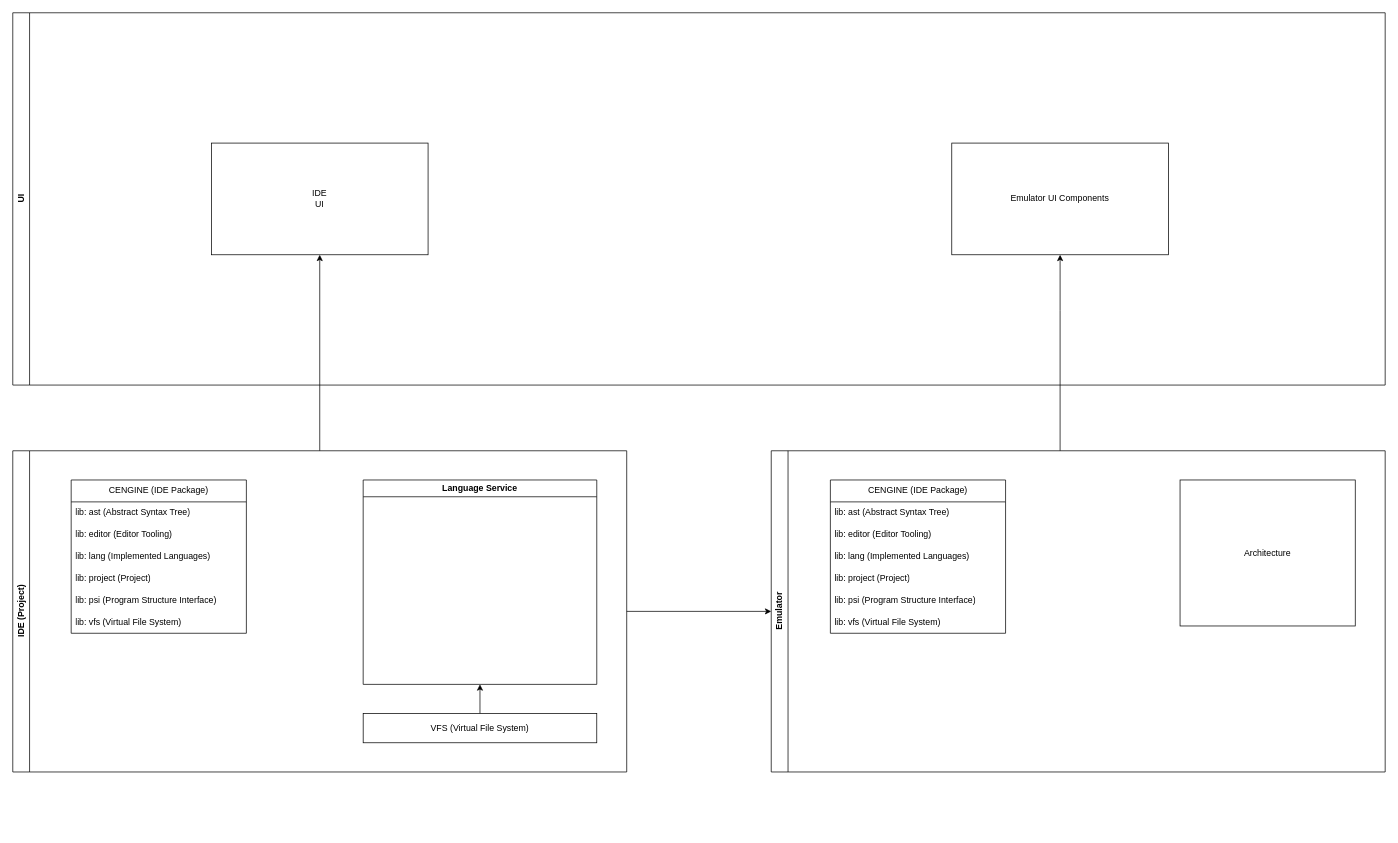
Earlier version of the draw.io diagram docs/system.drawio (consansri/ProSimWeb-Test). Source tidied: cells renumbered, new cells numbered last; positions are measured from the earlier drawing's top-left corner, leaving out a move shared by most shapes. Both pictures are drawn from the tidied source at 73%, with x=0, y=0 at pixel (12, 12).
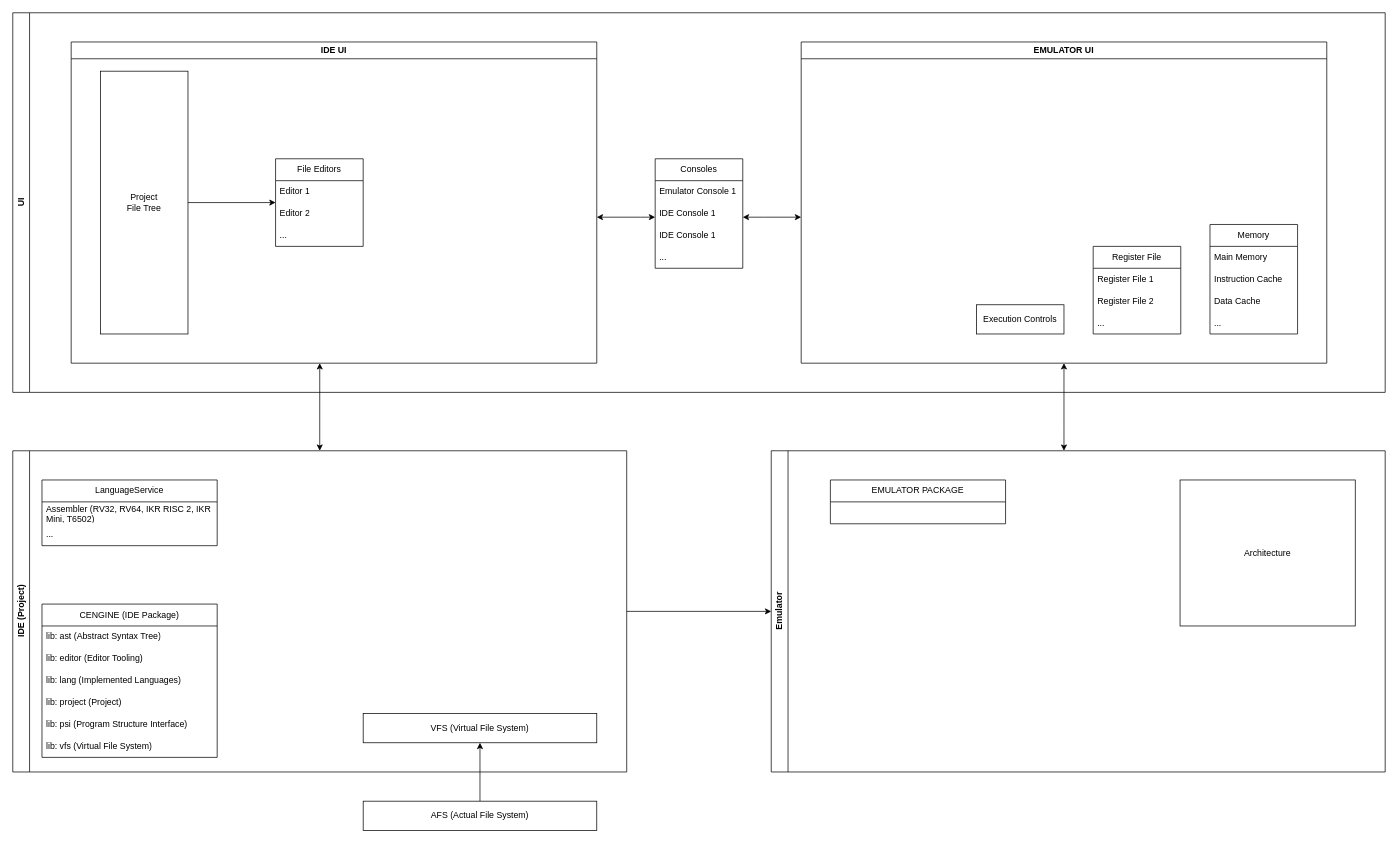
After the change.

Unchanged cells that the change refers to:
```xml
<mxCell id="7" value="IDE (Project)" style="swimlane;horizontal=0;whiteSpace=wrap;html=1;" parent="1" vertex="1">
  <mxGeometry y="600" width="841" height="440" as="geometry" />
</mxCell>
<mxCell id="9" value="VFS (Virtual File System)" style="rounded=0;whiteSpace=wrap;html=1;" parent="7" vertex="1">
  <mxGeometry x="480" y="360" width="320" height="40" as="geometry" />
</mxCell>
<mxCell id="19" value="Emulator" style="swimlane;horizontal=0;whiteSpace=wrap;html=1;" parent="1" vertex="1">
  <mxGeometry x="1039" y="600" width="841" height="440" as="geometry" />
</mxCell>
```

Diff of the diagram source:
```diff
@@
     <mxCell id="2" value="UI" style="swimlane;horizontal=0;whiteSpace=wrap;html=1;" parent="1" vertex="1">
-      <mxGeometry width="1880" height="510" as="geometry" />
+      <mxGeometry width="1880" height="520" as="geometry" />
     </mxCell>
+    <mxCell id="28" style="edgeStyle=orthogonalEdgeStyle;rounded=0;jettySize=auto;html=1;startArrow=classic;startFill=1;" parent="2" edge="1" source="3" target="35">
+      <mxGeometry relative="1" as="geometry">
+        <Array as="points">
+          <mxPoint x="860" y="280" />
+          <mxPoint x="860" y="280" />
+        </Array>
+      </mxGeometry>
+    </mxCell>
-    <mxCell id="3" value="IDE&lt;div&gt;UI&lt;/div&gt;" style="rounded=0;whiteSpace=wrap;html=1;" parent="2" vertex="1">
-      <mxGeometry x="272.1" y="178.5" width="296.8" height="153" as="geometry" />
+    <mxCell id="3" value="IDE UI" style="swimlane;whiteSpace=wrap;html=1;" parent="2" vertex="1">
+      <mxGeometry x="80" y="40" width="720" height="440" as="geometry" />
     </mxCell>
-    <mxCell id="4" value="Emulator UI Components" style="rounded=0;whiteSpace=wrap;html=1;" parent="2" vertex="1">
-      <mxGeometry x="1286.3" y="178.5" width="296.8" height="153" as="geometry" />
-    </mxCell>
+    <mxCell id="29" value="File Editors" style="swimlane;fontStyle=0;horizontal=1;startSize=30;whiteSpace=wrap;html=1;" parent="3" vertex="1">
+      <mxGeometry x="280" y="160" width="120" height="120" as="geometry" />
+    </mxCell>
+    <mxCell id="30" value="Editor 1" style="text;strokeColor=none;fillColor=none;align=left;verticalAlign=middle;spacingLeft=4;spacingRight=4;overflow=hidden;whiteSpace=wrap;html=1;" parent="29" vertex="1">
+      <mxGeometry y="30" width="120" height="30" as="geometry" />
+    </mxCell>
+    <mxCell id="31" value="Editor 2" style="text;strokeColor=none;fillColor=none;align=left;verticalAlign=middle;spacingLeft=4;spacingRight=4;overflow=hidden;whiteSpace=wrap;html=1;" parent="29" vertex="1">
+      <mxGeometry y="60" width="120" height="30" as="geometry" />
+    </mxCell>
+    <mxCell id="32" value="..." style="text;strokeColor=none;fillColor=none;align=left;verticalAlign=middle;spacingLeft=4;spacingRight=4;overflow=hidden;whiteSpace=wrap;html=1;" parent="29" vertex="1">
+      <mxGeometry y="90" width="120" height="30" as="geometry" />
+    </mxCell>
+    <mxCell id="33" style="edgeStyle=orthogonalEdgeStyle;rounded=0;jettySize=auto;html=1;" parent="3" edge="1" source="34" target="29">
+      <mxGeometry relative="1" as="geometry" />
+    </mxCell>
+    <mxCell id="34" value="&lt;div&gt;Project&lt;/div&gt;File Tree" style="rounded=0;whiteSpace=wrap;html=1;" parent="3" vertex="1">
+      <mxGeometry x="40" y="40" width="120" height="360" as="geometry" />
+    </mxCell>
+    <mxCell id="35" value="Consoles" style="swimlane;fontStyle=0;horizontal=1;startSize=30;whiteSpace=wrap;html=1;" parent="2" vertex="1">
+      <mxGeometry x="880" y="200" width="120" height="150" as="geometry" />
+    </mxCell>
+    <mxCell id="36" value="Emulator Console 1" style="text;strokeColor=none;fillColor=none;align=left;verticalAlign=middle;spacingLeft=4;spacingRight=4;overflow=hidden;whiteSpace=wrap;html=1;" parent="35" vertex="1">
+      <mxGeometry y="30" width="120" height="30" as="geometry" />
+    </mxCell>
+    <mxCell id="37" value="IDE Console 1" style="text;strokeColor=none;fillColor=none;align=left;verticalAlign=middle;spacingLeft=4;spacingRight=4;overflow=hidden;whiteSpace=wrap;html=1;" parent="35" vertex="1">
+      <mxGeometry y="60" width="120" height="30" as="geometry" />
+    </mxCell>
+    <mxCell id="38" value="IDE Console 1" style="text;strokeColor=none;fillColor=none;align=left;verticalAlign=middle;spacingLeft=4;spacingRight=4;overflow=hidden;whiteSpace=wrap;html=1;" parent="35" vertex="1">
+      <mxGeometry y="90" width="120" height="30" as="geometry" />
+    </mxCell>
+    <mxCell id="39" value="..." style="text;strokeColor=none;fillColor=none;align=left;verticalAlign=middle;spacingLeft=4;spacingRight=4;overflow=hidden;whiteSpace=wrap;html=1;" parent="35" vertex="1">
+      <mxGeometry y="120" width="120" height="30" as="geometry" />
+    </mxCell>
+    <mxCell id="40" style="edgeStyle=orthogonalEdgeStyle;rounded=0;jettySize=auto;html=1;startArrow=classic;startFill=1;" parent="2" edge="1" source="41" target="35">
+      <mxGeometry relative="1" as="geometry">
+        <Array as="points">
+          <mxPoint x="1030" y="280" />
+          <mxPoint x="1030" y="280" />
+        </Array>
+      </mxGeometry>
+    </mxCell>
+    <mxCell id="41" value="EMULATOR UI" style="swimlane;whiteSpace=wrap;html=1;" parent="2" vertex="1">
+      <mxGeometry x="1080" y="40" width="720" height="440" as="geometry" />
+    </mxCell>
+    <mxCell id="42" value="Register File" style="swimlane;fontStyle=0;horizontal=1;startSize=30;whiteSpace=wrap;html=1;" parent="41" vertex="1">
+      <mxGeometry x="400" y="280" width="120" height="120" as="geometry" />
+    </mxCell>
+    <mxCell id="43" value="Register File 1" style="text;strokeColor=none;fillColor=none;align=left;verticalAlign=middle;spacingLeft=4;spacingRight=4;overflow=hidden;whiteSpace=wrap;html=1;" parent="42" vertex="1">
+      <mxGeometry y="30" width="120" height="30" as="geometry" />
+    </mxCell>
+    <mxCell id="44" value="Register File 2" style="text;strokeColor=none;fillColor=none;align=left;verticalAlign=middle;spacingLeft=4;spacingRight=4;overflow=hidden;whiteSpace=wrap;html=1;" parent="42" vertex="1">
+      <mxGeometry y="60" width="120" height="30" as="geometry" />
+    </mxCell>
+    <mxCell id="45" value="..." style="text;strokeColor=none;fillColor=none;align=left;verticalAlign=middle;spacingLeft=4;spacingRight=4;overflow=hidden;whiteSpace=wrap;html=1;" parent="42" vertex="1">
+      <mxGeometry y="90" width="120" height="30" as="geometry" />
+    </mxCell>
+    <mxCell id="46" value="Memory" style="swimlane;fontStyle=0;horizontal=1;startSize=30;whiteSpace=wrap;html=1;" parent="41" vertex="1">
+      <mxGeometry x="560" y="250" width="120" height="150" as="geometry" />
+    </mxCell>
+    <mxCell id="47" value="Main Memory" style="text;strokeColor=none;fillColor=none;align=left;verticalAlign=middle;spacingLeft=4;spacingRight=4;overflow=hidden;whiteSpace=wrap;html=1;" parent="46" vertex="1">
+      <mxGeometry y="30" width="120" height="30" as="geometry" />
+    </mxCell>
+    <mxCell id="48" value="Instruction Cache&amp;nbsp;" style="text;strokeColor=none;fillColor=none;align=left;verticalAlign=middle;spacingLeft=4;spacingRight=4;overflow=hidden;whiteSpace=wrap;html=1;" parent="46" vertex="1">
+      <mxGeometry y="60" width="120" height="30" as="geometry" />
+    </mxCell>
+    <mxCell id="49" value="Data Cache" style="text;strokeColor=none;fillColor=none;align=left;verticalAlign=middle;spacingLeft=4;spacingRight=4;overflow=hidden;whiteSpace=wrap;html=1;" parent="46" vertex="1">
+      <mxGeometry y="90" width="120" height="30" as="geometry" />
+    </mxCell>
+    <mxCell id="50" value="..." style="text;strokeColor=none;fillColor=none;align=left;verticalAlign=middle;spacingLeft=4;spacingRight=4;overflow=hidden;whiteSpace=wrap;html=1;" parent="46" vertex="1">
+      <mxGeometry y="120" width="120" height="30" as="geometry" />
+    </mxCell>
+    <mxCell id="51" value="Execution Controls" style="rounded=0;whiteSpace=wrap;html=1;" parent="41" vertex="1">
+      <mxGeometry x="240" y="360" width="120" height="40" as="geometry" />
+    </mxCell>
+    <mxCell id="6" style="edgeStyle=orthogonalEdgeStyle;rounded=0;jettySize=auto;html=1;" parent="1" edge="1" source="7" target="19">
+      <mxGeometry relative="1" as="geometry" />
+    </mxCell>
-    <mxCell id="5" style="edgeStyle=orthogonalEdgeStyle;rounded=0;jettySize=auto;html=1;" parent="1" edge="1" source="7" target="3">
-      <mxGeometry relative="1" as="geometry" />
+    <mxCell id="5" style="edgeStyle=orthogonalEdgeStyle;rounded=0;jettySize=auto;html=1;startArrow=classic;startFill=1;" parent="1" edge="1" source="7" target="3">
+      <mxGeometry relative="1" as="geometry">
+        <Array as="points">
+          <mxPoint x="420" y="510" />
+          <mxPoint x="420" y="510" />
+        </Array>
+      </mxGeometry>
     </mxCell>
-    <mxCell id="6" style="edgeStyle=orthogonalEdgeStyle;rounded=0;jettySize=auto;html=1;" parent="1" edge="1" source="7" target="19">
-      <mxGeometry relative="1" as="geometry" />
-    </mxCell>
@@
-    <mxCell id="8" style="edgeStyle=orthogonalEdgeStyle;rounded=0;jettySize=auto;html=1;" parent="7" edge="1" source="9" target="10">
-      <mxGeometry relative="1" as="geometry" />
-    </mxCell>
@@
-    <mxCell id="10" value="Language Service" style="swimlane;whiteSpace=wrap;html=1;" parent="7" vertex="1">
-      <mxGeometry x="480" y="40" width="320" height="280" as="geometry" />
-    </mxCell>
     <mxCell id="11" value="CENGINE (IDE Package)" style="swimlane;fontStyle=0;horizontal=1;startSize=30;whiteSpace=wrap;html=1;" parent="7" vertex="1">
-      <mxGeometry x="80" y="40" width="240" height="210" as="geometry" />
+      <mxGeometry x="40" y="210" width="240" height="210" as="geometry" />
     </mxCell>
@@
-    <mxCell id="18" style="edgeStyle=orthogonalEdgeStyle;rounded=0;jettySize=auto;html=1;" parent="1" edge="1" source="19" target="4">
-      <mxGeometry relative="1" as="geometry">
-        <Array as="points">
-          <mxPoint x="1434.7" y="408" />
-          <mxPoint x="1434.7" y="408" />
-        </Array>
-      </mxGeometry>
-    </mxCell>
+    <mxCell id="52" value="LanguageService" style="swimlane;fontStyle=0;horizontal=1;startSize=30;whiteSpace=wrap;html=1;" parent="7" vertex="1">
+      <mxGeometry x="40" y="40" width="240" height="90" as="geometry" />
+    </mxCell>
+    <mxCell id="53" value="Assembler (RV32, RV64, IKR RISC 2, IKR Mini, T6502)" style="text;strokeColor=none;fillColor=none;align=left;verticalAlign=middle;spacingLeft=4;spacingRight=4;overflow=hidden;whiteSpace=wrap;html=1;" parent="52" vertex="1">
+      <mxGeometry y="30" width="240" height="30" as="geometry" />
+    </mxCell>
+    <mxCell id="54" value="..." style="text;strokeColor=none;fillColor=none;align=left;verticalAlign=middle;spacingLeft=4;spacingRight=4;overflow=hidden;whiteSpace=wrap;html=1;" parent="52" vertex="1">
+      <mxGeometry y="60" width="240" height="30" as="geometry" />
+    </mxCell>
+    <mxCell id="55" style="edgeStyle=orthogonalEdgeStyle;rounded=0;jettySize=auto;html=1;startArrow=classic;startFill=1;" parent="1" edge="1" source="19" target="41">
+      <mxGeometry relative="1" as="geometry">
+        <Array as="points">
+          <mxPoint x="1440" y="570" />
+          <mxPoint x="1440" y="570" />
+        </Array>
+      </mxGeometry>
+    </mxCell>
@@
-    <mxCell id="21" value="CENGINE (IDE Package)" style="swimlane;fontStyle=0;horizontal=1;startSize=30;whiteSpace=wrap;html=1;" parent="19" vertex="1">
-      <mxGeometry x="81" y="40" width="240" height="210" as="geometry" />
+    <mxCell id="21" value="EMULATOR PACKAGE" style="swimlane;fontStyle=0;horizontal=1;startSize=30;whiteSpace=wrap;html=1;" parent="19" vertex="1">
+      <mxGeometry x="81" y="40" width="240" height="60" as="geometry" />
     </mxCell>
-    <mxCell id="22" value="lib: ast (Abstract Syntax Tree)" style="text;strokeColor=none;fillColor=none;align=left;verticalAlign=middle;spacingLeft=4;spacingRight=4;overflow=hidden;whiteSpace=wrap;html=1;" parent="21" vertex="1">
-      <mxGeometry y="30" width="240" height="30" as="geometry" />
-    </mxCell>
-    <mxCell id="23" value="lib: editor (Editor Tooling)" style="text;strokeColor=none;fillColor=none;align=left;verticalAlign=middle;spacingLeft=4;spacingRight=4;overflow=hidden;whiteSpace=wrap;html=1;" parent="21" vertex="1">
-      <mxGeometry y="60" width="240" height="30" as="geometry" />
-    </mxCell>
-    <mxCell id="24" value="lib: lang (Implemented Languages)" style="text;strokeColor=none;fillColor=none;align=left;verticalAlign=middle;spacingLeft=4;spacingRight=4;overflow=hidden;whiteSpace=wrap;html=1;" parent="21" vertex="1">
-      <mxGeometry y="90" width="240" height="30" as="geometry" />
-    </mxCell>
-    <mxCell id="25" value="lib: project (Project)" style="text;strokeColor=none;fillColor=none;align=left;verticalAlign=middle;spacingLeft=4;spacingRight=4;overflow=hidden;whiteSpace=wrap;html=1;" parent="21" vertex="1">
-      <mxGeometry y="120" width="240" height="30" as="geometry" />
-    </mxCell>
-    <mxCell id="26" value="lib: psi (Program Structure Interface)" style="text;strokeColor=none;fillColor=none;align=left;verticalAlign=middle;spacingLeft=4;spacingRight=4;overflow=hidden;whiteSpace=wrap;html=1;" parent="21" vertex="1">
-      <mxGeometry y="150" width="240" height="30" as="geometry" />
-    </mxCell>
-    <mxCell id="27" value="lib: vfs (Virtual File System)" style="text;strokeColor=none;fillColor=none;align=left;verticalAlign=middle;spacingLeft=4;spacingRight=4;overflow=hidden;whiteSpace=wrap;html=1;" parent="21" vertex="1">
-      <mxGeometry y="180" width="240" height="30" as="geometry" />
-    </mxCell>
+    <mxCell id="56" style="edgeStyle=orthogonalEdgeStyle;rounded=0;jettySize=auto;html=1;" parent="1" edge="1" source="57" target="9">
+      <mxGeometry relative="1" as="geometry" />
+    </mxCell>
+    <mxCell id="57" value="AFS (Actual File System)" style="rounded=0;whiteSpace=wrap;html=1;" parent="1" vertex="1">
+      <mxGeometry x="480" y="1080" width="320" height="40" as="geometry" />
+    </mxCell>
```
